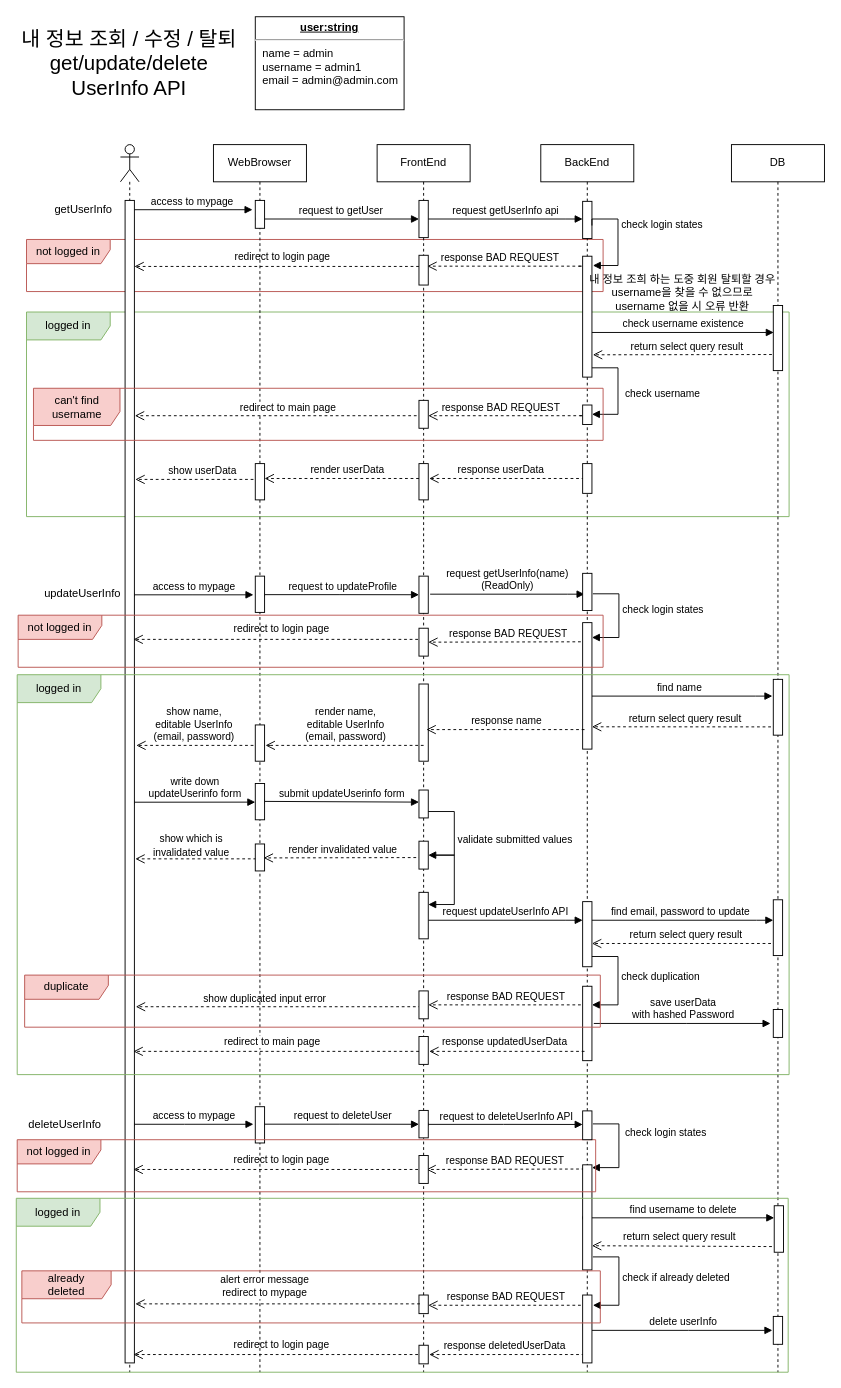
Earlier version of the draw.io diagram diagrams/UserInfo.drawio (heesankim/StarRoad_Project_Backend). Source tidied: cells renumbered, new cells numbered last; positions are measured from the earlier drawing's top-left corner, leaving out a move shared by most shapes. Both pictures are drawn from the tidied source at 93%, with x=0, y=0 at pixel (16, 16).
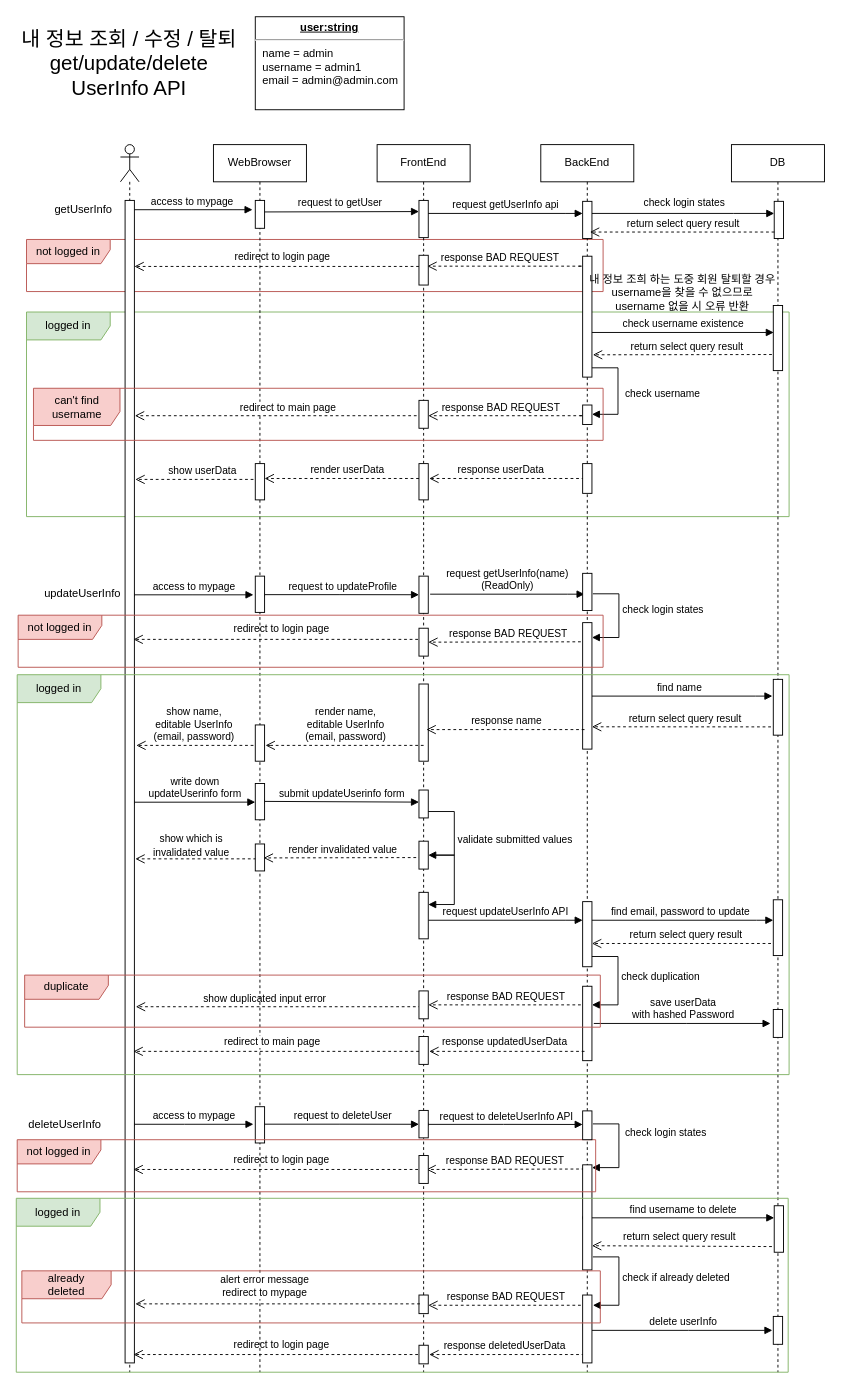
The same diagram, later.

Commit message:
fix: 로그인시 db에서 select

The change refers to these unchanged cells:
```xml
<mxCell id="29" style="html=1;points=[];perimeter=orthogonalPerimeter;outlineConnect=0;targetShapes=umlLifeline;portConstraint=eastwest;newEdgeStyle={&quot;edgeStyle&quot;:&quot;elbowEdgeStyle&quot;,&quot;elbow&quot;:&quot;vertical&quot;,&quot;curved&quot;:0,&quot;rounded&quot;:0};" parent="28" vertex="1">
  <mxGeometry x="45" y="60" width="10" height="40" as="geometry" />
</mxCell>
<mxCell id="37" value="WebBrowser" style="shape=umlLifeline;perimeter=lifelinePerimeter;whiteSpace=wrap;html=1;outlineConnect=0;portConstraint=eastwest;newEdgeStyle={&quot;edgeStyle&quot;:&quot;elbowEdgeStyle&quot;,&quot;elbow&quot;:&quot;vertical&quot;,&quot;curved&quot;:0,&quot;rounded&quot;:0};" parent="1" vertex="1">
  <mxGeometry x="212" y="138" width="100" height="1320" as="geometry" />
</mxCell>
```

Change to the diagram source:
```diff
@@
-    <mxCell id="26" value="request to getUser" style="html=1;verticalAlign=bottom;startArrow=oval;endArrow=block;startSize=8;edgeStyle=elbowEdgeStyle;elbow=vertical;curved=0;rounded=0;" parent="1" edge="1" source="37" target="29">
-      <mxGeometry x="0.01" relative="1" as="geometry" />
+    <mxCell id="26" value="request to getUser" style="html=1;verticalAlign=bottom;startArrow=oval;endArrow=block;startSize=8;edgeStyle=elbowEdgeStyle;elbow=vertical;curved=0;rounded=0;" parent="1" edge="1">
+      <mxGeometry x="0.01" relative="1" as="geometry">
+        <mxPoint x="261.7" y="210.4" as="sourcePoint" />
+        <mxPoint x="433" y="210.4" as="targetPoint" />
+      </mxGeometry>
     </mxCell>
@@
     <mxCell id="104" value="request getUserInfo api" style="html=1;verticalAlign=bottom;endArrow=none;edgeStyle=elbowEdgeStyle;elbow=vertical;curved=0;rounded=0;startArrow=block;startFill=1;endFill=0;" parent="1" edge="1">
       <mxGeometry relative="1" as="geometry">
-        <mxPoint x="609" y="218" as="sourcePoint" />
-        <mxPoint x="443" y="218" as="targetPoint" />
+        <mxPoint x="609" y="212" as="sourcePoint" />
+        <mxPoint x="443" y="212" as="targetPoint" />
         <Array as="points">
-          <mxPoint x="591" y="218" />
-          <mxPoint x="751" y="118" />
+          <mxPoint x="591" y="212" />
+          <mxPoint x="751" y="112" />
         </Array>
       </mxGeometry>
     </mxCell>
@@
     <mxCell id="106" value="check login states" style="html=1;align=left;spacingLeft=2;endArrow=block;rounded=0;edgeStyle=orthogonalEdgeStyle;curved=0;rounded=0;" parent="1" edge="1">
-      <mxGeometry x="-0.26" relative="1" as="geometry">
-        <mxPoint x="619" y="225" as="sourcePoint" />
-        <mxPoint x="620" y="268" as="targetPoint" />
+      <mxGeometry x="-0.47" y="11" relative="1" as="geometry">
+        <mxPoint x="619" y="212" as="sourcePoint" />
+        <mxPoint x="815" y="212" as="targetPoint" />
         <Array as="points">
-          <mxPoint x="619" y="218" />
-          <mxPoint x="647" y="218" />
-          <mxPoint x="647" y="268" />
+          <mxPoint x="771" y="212" />
+          <mxPoint x="771" y="212" />
         </Array>
       </mxGeometry>
     </mxCell>
@@
+    <mxCell id="123" style="html=1;perimeter=orthogonalPerimeter;targetShapes=umlLifeline;newEdgeStyle={&quot;edgeStyle&quot;:&quot;elbowEdgeStyle&quot;,&quot;elbow&quot;:&quot;vertical&quot;,&quot;curved&quot;:0,&quot;rounded&quot;:0};" parent="1" vertex="1">
+      <mxGeometry x="815" y="199" width="10" height="40" as="geometry" />
+    </mxCell>
+    <mxCell id="124" value="return select query result" style="html=1;verticalAlign=bottom;endArrow=open;dashed=1;endSize=8;edgeStyle=elbowEdgeStyle;elbow=vertical;curved=0;rounded=0;" parent="1" edge="1">
+      <mxGeometry x="-0.01" relative="1" as="geometry">
+        <mxPoint x="815.2" y="232" as="sourcePoint" />
+        <mxPoint x="616.8" y="232.4" as="targetPoint" />
+      </mxGeometry>
+    </mxCell>
```
